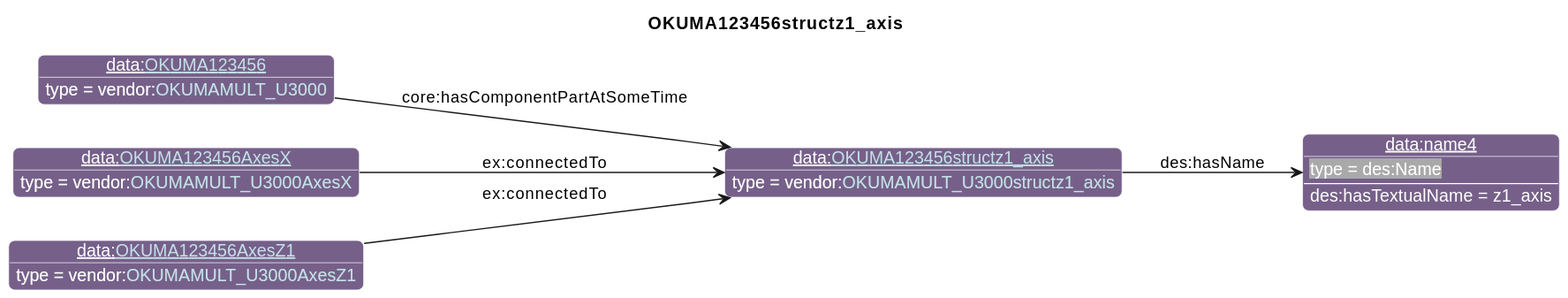
The PlantUML diagram diagrams/OKUMA123456structz1_axis.svg in iofoundry/example-syseng-mtconnect, before a commit.
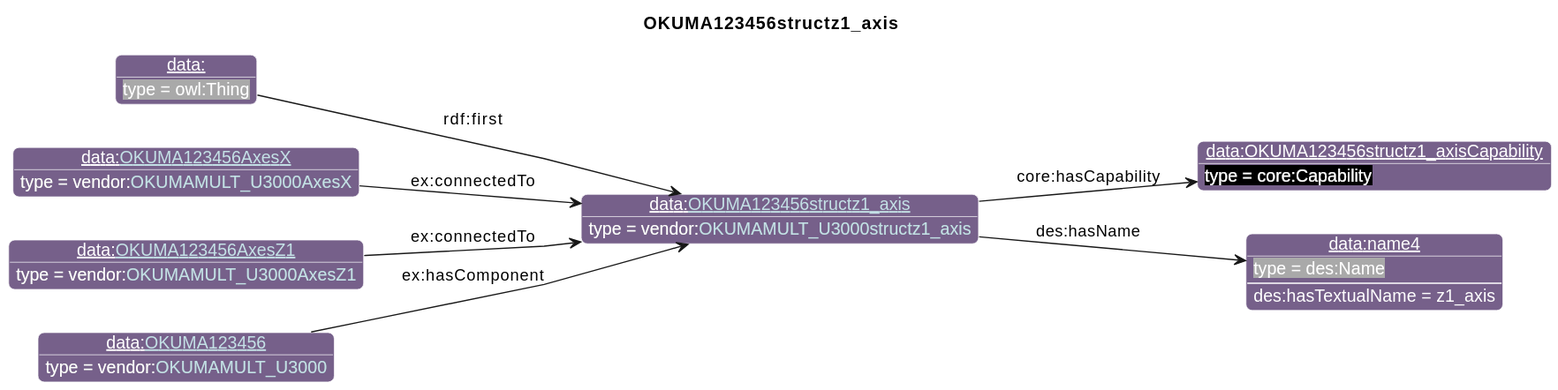
Above is the later version.

The edit, as a diff of the source:
```diff
@@ -26,13 +26,17 @@
                       "qp":"641B2E"
       }
 individual(o0, data:[[./OKUMA123456structz1_axis.html OKUMA123456structz1_axis]], vendor:[[../OKUMA.html#OKUMAMULT_U3000structz1_axis OKUMAMULT_U3000structz1_axis]])
-individual(o1, data:name4, des:Name)
-individual(o2, data:[[./OKUMA123456.html OKUMA123456]], vendor:[[../OKUMA.html#OKUMAMULT_U3000 OKUMAMULT_U3000]])
-individual(o3, data:[[./OKUMA123456AxesX.html OKUMA123456AxesX]], vendor:[[../OKUMA.html#OKUMAMULT_U3000AxesX OKUMAMULT_U3000AxesX]])
-individual(o4, data:[[./OKUMA123456AxesZ1.html OKUMA123456AxesZ1]], vendor:[[../OKUMA.html#OKUMAMULT_U3000AxesZ1 OKUMAMULT_U3000AxesZ1]])
-property(o0, "des:hasName", o1)
-data(o1, "des:hasTextualName", "z1_axis")
-property(o2, "core:hasComponentPartAtSomeTime", o0)
-property(o3, "ex:connectedTo", o0)
+individual(o1, data:OKUMA123456structz1_axisCapability, core:Capability)
+individual(o2, data:name4, des:Name)
+individual(o3, data:, owl:Thing)
+individual(o4, data:[[./OKUMA123456AxesX.html OKUMA123456AxesX]], vendor:[[../OKUMA.html#OKUMAMULT_U3000AxesX OKUMAMULT_U3000AxesX]])
+individual(o5, data:[[./OKUMA123456AxesZ1.html OKUMA123456AxesZ1]], vendor:[[../OKUMA.html#OKUMAMULT_U3000AxesZ1 OKUMAMULT_U3000AxesZ1]])
+individual(o6, data:[[./OKUMA123456.html OKUMA123456]], vendor:[[../OKUMA.html#OKUMAMULT_U3000 OKUMAMULT_U3000]])
+property(o0, "core:hasCapability", o1)
+property(o0, "des:hasName", o2)
+data(o2, "des:hasTextualName", "z1_axis")
+property(o3, "rdf:first", o0)
 property(o4, "ex:connectedTo", o0)
+property(o5, "ex:connectedTo", o0)
+property(o6, "ex:hasComponent", o0)
 @enduml
```
